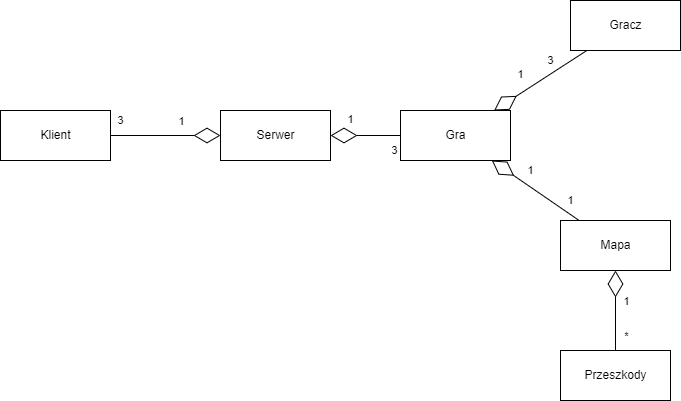
Misiek22113/PIO_CROSSY_ROAD keeps this draw.io diagram as documentation/UML_pass_the_exam.drawio.png. Above is the earlier version. Source tidied: cells renumbered, new cells last; positions are measured from the earlier drawing's top-left corner, leaving out a move shared by most shapes.
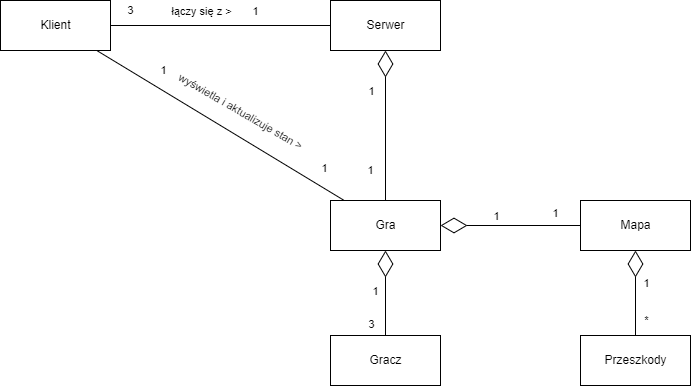
After the commit.

Commit message:
PTE-24: Correction of UML graph

Diff of the diagram source:
```diff
@@ -6,21 +6,21 @@
       <mxGeometry y="110" width="110" height="50" as="geometry" />
     </mxCell>
     <mxCell id="3" value="Serwer" style="html=1;" parent="1" vertex="1">
-      <mxGeometry x="220" y="110" width="110" height="50" as="geometry" />
+      <mxGeometry x="330" y="110" width="110" height="50" as="geometry" />
     </mxCell>
     <mxCell id="4" value="Gra" style="html=1;" parent="1" vertex="1">
-      <mxGeometry x="400" y="110" width="110" height="50" as="geometry" />
+      <mxGeometry x="330" y="310" width="110" height="50" as="geometry" />
     </mxCell>
     <mxCell id="5" value="Mapa" style="html=1;" parent="1" vertex="1">
-      <mxGeometry x="560" y="220" width="110" height="50" as="geometry" />
+      <mxGeometry x="580" y="310" width="110" height="50" as="geometry" />
     </mxCell>
     <mxCell id="6" value="Przeszkody" style="html=1;" parent="1" vertex="1">
-      <mxGeometry x="560" y="350" width="110" height="50" as="geometry" />
+      <mxGeometry x="580" y="445" width="110" height="50" as="geometry" />
     </mxCell>
     <mxCell id="7" value="Gracz" style="html=1;" parent="1" vertex="1">
-      <mxGeometry x="570" width="110" height="50" as="geometry" />
+      <mxGeometry x="330" y="445" width="110" height="50" as="geometry" />
     </mxCell>
-    <mxCell id="8" value="3" style="endArrow=diamondThin;endFill=0;endSize=24;html=1;rounded=0;" parent="1" edge="1" source="2" target="3">
+    <mxCell id="8" value="3" style="endArrow=none;endFill=0;endSize=24;html=1;rounded=0;" parent="1" edge="1" source="2" target="3">
       <mxGeometry x="-0.82" y="15" relative="1" as="geometry" />
     </mxCell>
     <mxCell id="9" value="1" style="edgeLabel;html=1;align=center;verticalAlign=middle;" parent="8" vertex="1">
@@ -28,12 +28,17 @@
         <mxPoint x="-4" y="-16" as="offset" />
       </mxGeometry>
     </mxCell>
+    <mxCell id="18" value="łączy się z &amp;gt;" style="edgeLabel;html=1;align=center;verticalAlign=middle;" parent="8" vertex="1">
+      <mxGeometry x="-0.14" y="3" relative="1" as="geometry">
+        <mxPoint x="-5" y="-12" as="offset" />
+      </mxGeometry>
+    </mxCell>
-    <mxCell id="10" value="3" style="endArrow=diamondThin;endFill=0;endSize=24;html=1;rounded=0;" parent="1" edge="1" source="4" target="3">
-      <mxGeometry x="-0.82" y="15" relative="1" as="geometry" />
+    <mxCell id="10" value="1" style="endArrow=diamondThin;endFill=0;endSize=24;html=1;rounded=0;" parent="1" edge="1" source="4" target="3">
+      <mxGeometry x="-0.6" y="15" relative="1" as="geometry" />
     </mxCell>
     <mxCell id="11" value="1" style="edgeLabel;html=1;align=center;verticalAlign=middle;" parent="10" vertex="1">
       <mxGeometry x="0.35" y="-1" relative="1" as="geometry">
-        <mxPoint x="-4" y="-16" as="offset" />
+        <mxPoint x="-16" y="-9" as="offset" />
       </mxGeometry>
     </mxCell>
     <mxCell id="12" value="1" style="endArrow=diamondThin;endFill=0;endSize=24;html=1;rounded=0;" parent="1" edge="1" source="5" target="4">
@@ -57,12 +62,25 @@
       </mxGeometry>
     </mxCell>
     <mxCell id="16" value="3" style="endArrow=diamondThin;endFill=0;endSize=24;html=1;rounded=0;" parent="1" edge="1" source="7" target="4">
-      <mxGeometry x="-0.35" y="-11" relative="1" as="geometry" />
+      <mxGeometry x="-0.75" y="14" relative="1" as="geometry" />
     </mxCell>
     <mxCell id="17" value="1" style="edgeLabel;html=1;align=center;verticalAlign=middle;" parent="16" vertex="1">
       <mxGeometry x="0.35" y="-1" relative="1" as="geometry">
-        <mxPoint x="-4" y="-16" as="offset" />
+        <mxPoint x="-12" y="12" as="offset" />
       </mxGeometry>
     </mxCell>
+    <mxCell id="19" value="1" style="endArrow=none;endFill=0;endSize=24;html=1;rounded=0;" parent="1" edge="1" source="4" target="2">
+      <mxGeometry x="-0.77" y="-17" relative="1" as="geometry" />
+    </mxCell>
+    <mxCell id="20" value="1" style="edgeLabel;html=1;align=center;verticalAlign=middle;" parent="19" vertex="1">
+      <mxGeometry x="0.48" y="-2" relative="1" as="geometry">
+        <mxPoint y="-18" as="offset" />
+      </mxGeometry>
+    </mxCell>
+    <mxCell id="21" value="wyświetla i aktualizuje stan &amp;gt;" style="edgeLabel;html=1;align=center;verticalAlign=middle;rotation=30;fontFamily=Arial;" parent="19" vertex="1">
+      <mxGeometry x="-0.32" y="4" relative="1" as="geometry">
+        <mxPoint x="-18" y="-42" as="offset" />
+      </mxGeometry>
+    </mxCell>
   </root>
 </mxGraphModel>
```
